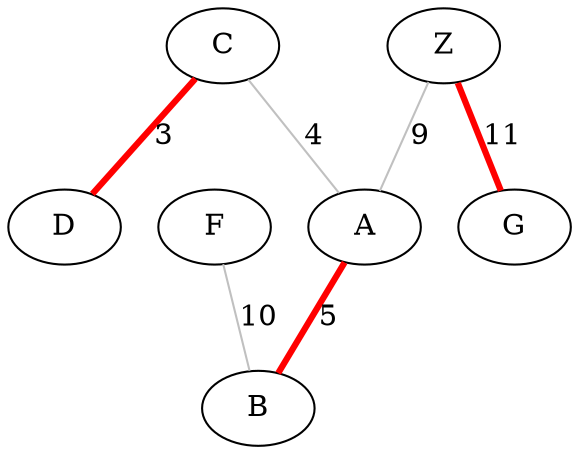
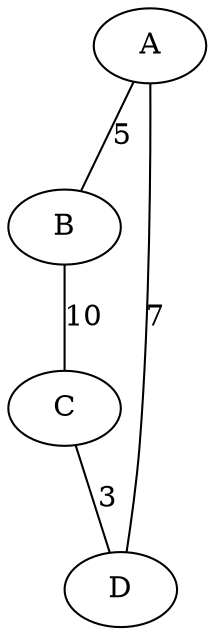
            graph g {
-                 "A" -- "B" [label="5", color="red", penwidth=3];
- "C" -- "D" [label="3", color="red", penwidth=3];
- "C" -- "A" [label="4", color="gray", penwidth=1];
- "F" -- "B" [label="10", color="gray", penwidth=1];
- "Z" -- "G" [label="11", color="red", penwidth=3];
- "Z" -- "A" [label="9", color="gray", penwidth=1];
+                 "A" -- "B" [label="5"];
+ "B" -- "C" [label="10"];
+ "C" -- "D" [label="3"];
+ "D" -- "A" [label="7"];
            }